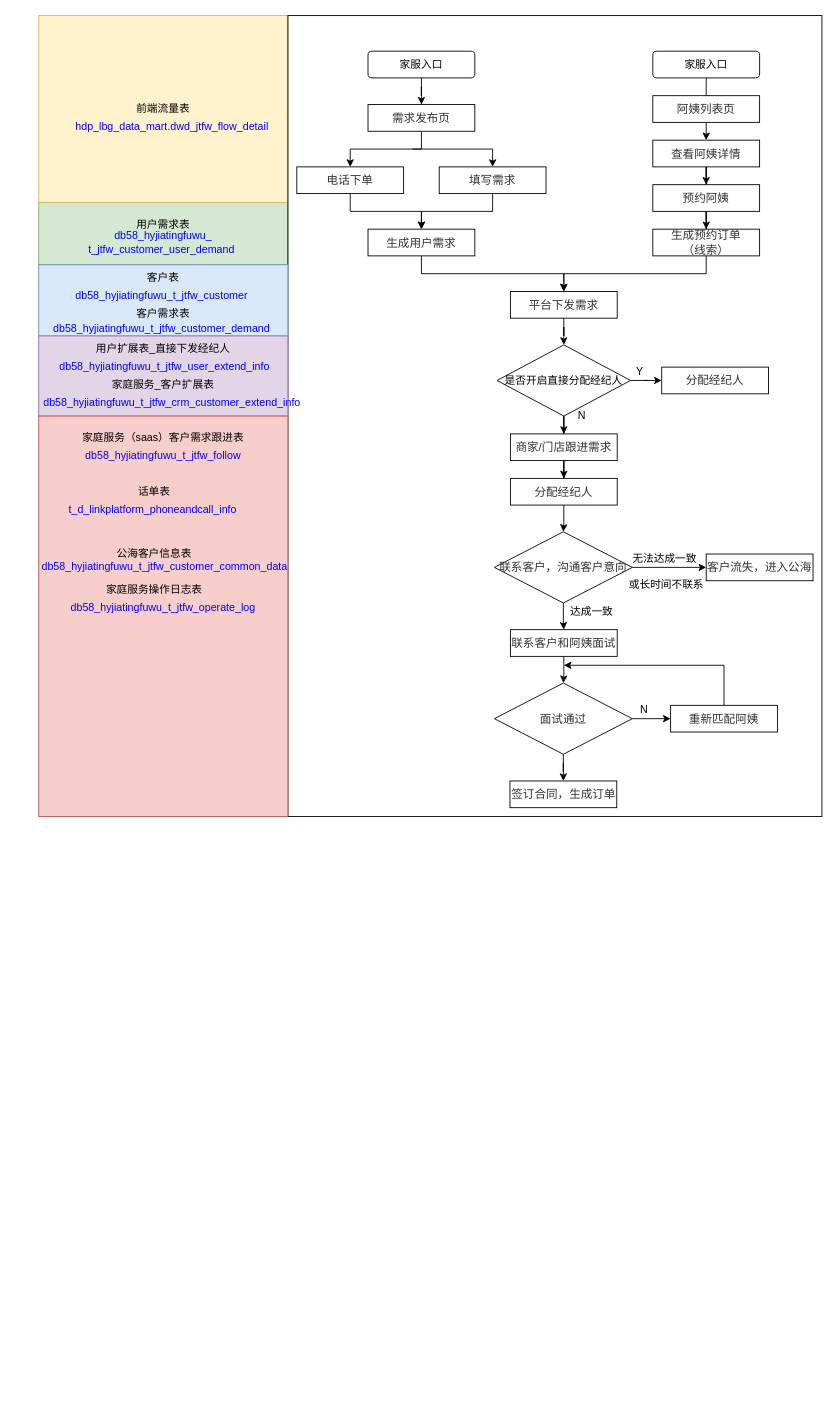
Before: page "交易侧" (2 of 3) of Untitled Diagram.drawio in Liu-hs/-, a draw.io diagram. Source tidied: cells renumbered, new cells numbered last; positions are measured from the earlier drawing's top-left corner, leaving out a move shared by most shapes. Both pictures are drawn from the tidied source at 89%, with x=0, y=0 at pixel (38, 15).
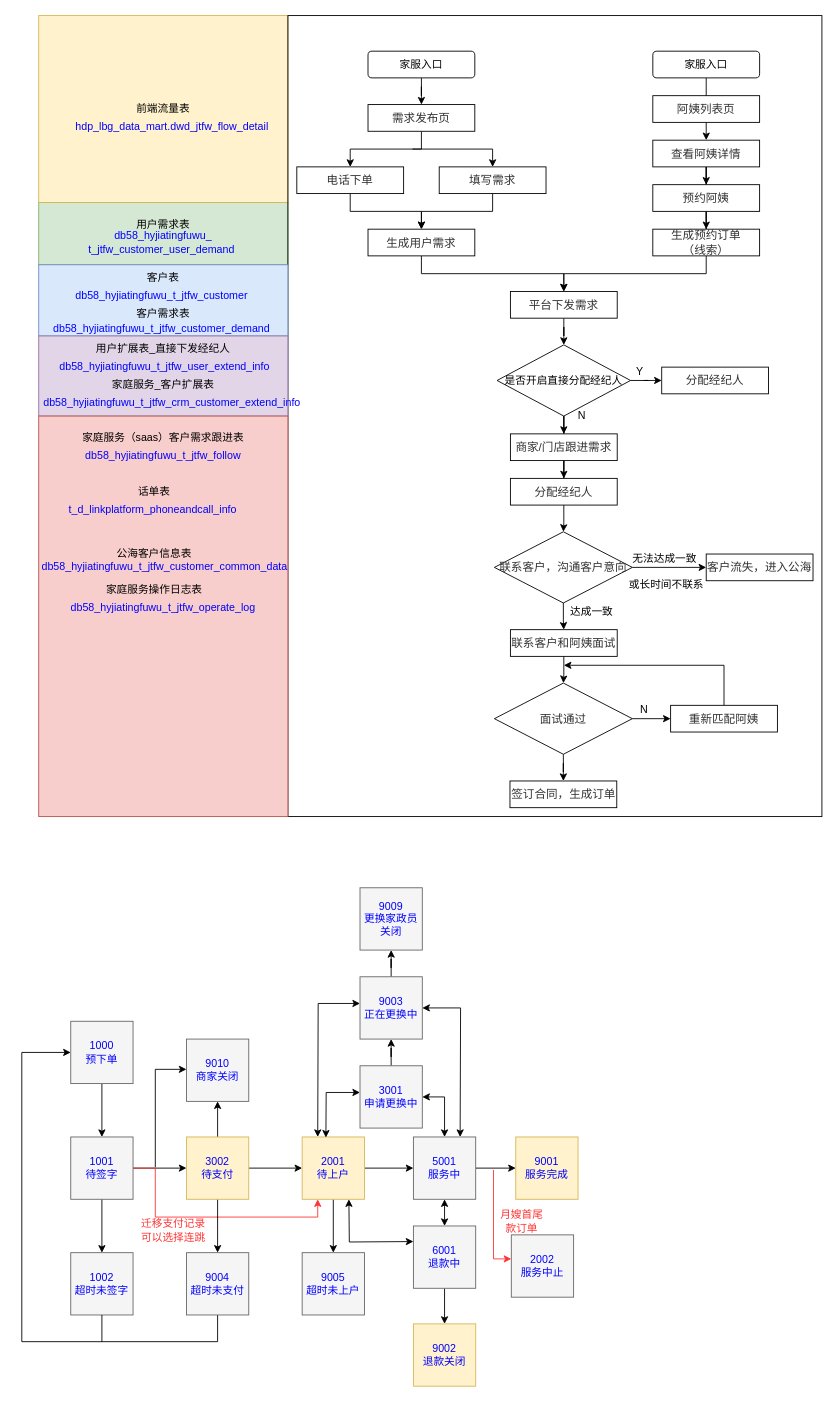
The same page after the edit.

What changed in the source:
```diff
@@
+    <mxCell id="81" style="edgeStyle=orthogonalEdgeStyle;rounded=0;jettySize=auto;html=1;fontFamily=Helvetica;fontSize=12;fontColor=#0000FF;" parent="1" edge="1" source="82" target="86">
+      <mxGeometry relative="1" as="geometry" />
+    </mxCell>
+    <mxCell id="82" value="&lt;font color=&quot;#0000ff&quot;&gt;1000&lt;br&gt;预下单&lt;/font&gt;" style="whiteSpace=wrap;html=1;labelBackgroundColor=none;fontFamily=Helvetica;fontSize=12;fontColor=#333333;strokeWidth=1;fillColor=#f5f5f5;strokeColor=#666666;" parent="1" vertex="1">
+      <mxGeometry x="36" y="1130" width="70" height="70" as="geometry" />
+    </mxCell>
+    <mxCell id="83" style="edgeStyle=orthogonalEdgeStyle;rounded=0;jettySize=auto;html=1;fontFamily=Helvetica;fontSize=12;fontColor=#0000FF;" parent="1" edge="1" source="86" target="87">
+      <mxGeometry relative="1" as="geometry" />
+    </mxCell>
+    <mxCell id="84" style="edgeStyle=orthogonalEdgeStyle;rounded=0;jettySize=auto;html=1;fontFamily=Helvetica;fontSize=12;fontColor=#0000FF;" parent="1" edge="1" source="86" target="91">
+      <mxGeometry relative="1" as="geometry" />
+    </mxCell>
+    <mxCell id="85" style="edgeStyle=orthogonalEdgeStyle;rounded=0;jettySize=auto;html=1;entryX=0.25;entryY=1;entryDx=0;entryDy=0;fontFamily=Helvetica;fontSize=12;fontColor=#0000FF;strokeColor=#FF3333;" parent="1" edge="1" source="86" target="99">
+      <mxGeometry relative="1" as="geometry">
+        <Array as="points">
+          <mxPoint x="131" y="1295" />
+          <mxPoint x="131" y="1350" />
+          <mxPoint x="314" y="1350" />
+        </Array>
+      </mxGeometry>
+    </mxCell>
+    <mxCell id="86" value="&lt;font color=&quot;#0000ff&quot;&gt;1001&lt;br&gt;待签字&lt;br&gt;&lt;/font&gt;" style="whiteSpace=wrap;html=1;labelBackgroundColor=none;fontFamily=Helvetica;fontSize=12;fontColor=#333333;strokeWidth=1;fillColor=#f5f5f5;strokeColor=#666666;" parent="1" vertex="1">
+      <mxGeometry x="36" y="1260" width="70" height="70" as="geometry" />
+    </mxCell>
+    <mxCell id="87" value="&lt;font color=&quot;#0000ff&quot;&gt;1002&lt;br&gt;超时未签字&lt;br&gt;&lt;/font&gt;" style="whiteSpace=wrap;html=1;labelBackgroundColor=none;fontFamily=Helvetica;fontSize=12;fontColor=#333333;strokeWidth=1;fillColor=#f5f5f5;strokeColor=#666666;" parent="1" vertex="1">
+      <mxGeometry x="36" y="1390" width="70" height="70" as="geometry" />
+    </mxCell>
+    <mxCell id="88" style="edgeStyle=orthogonalEdgeStyle;rounded=0;jettySize=auto;html=1;fontFamily=Helvetica;fontSize=12;fontColor=#0000FF;" parent="1" edge="1" source="91" target="92">
+      <mxGeometry relative="1" as="geometry" />
+    </mxCell>
+    <mxCell id="89" style="edgeStyle=orthogonalEdgeStyle;rounded=0;jettySize=auto;html=1;fontFamily=Helvetica;fontSize=12;fontColor=#0000FF;" parent="1" edge="1" source="91" target="95">
+      <mxGeometry relative="1" as="geometry" />
+    </mxCell>
+    <mxCell id="90" style="edgeStyle=orthogonalEdgeStyle;rounded=0;jettySize=auto;html=1;fontFamily=Helvetica;fontSize=12;fontColor=#0000FF;" parent="1" edge="1" source="91" target="99">
+      <mxGeometry relative="1" as="geometry" />
+    </mxCell>
+    <mxCell id="91" value="&lt;font color=&quot;#0000ff&quot;&gt;3002&lt;br&gt;待支付&lt;br&gt;&lt;/font&gt;" style="whiteSpace=wrap;html=1;labelBackgroundColor=none;fontFamily=Helvetica;fontSize=12;strokeWidth=1;fillColor=#fff2cc;strokeColor=#d6b656;" parent="1" vertex="1">
+      <mxGeometry x="166" y="1260" width="70" height="70" as="geometry" />
+    </mxCell>
+    <mxCell id="92" value="&lt;font color=&quot;#0000ff&quot;&gt;9010&lt;br&gt;商家关闭&lt;br&gt;&lt;/font&gt;" style="whiteSpace=wrap;html=1;labelBackgroundColor=none;fontFamily=Helvetica;fontSize=12;fontColor=#333333;strokeWidth=1;fillColor=#f5f5f5;strokeColor=#666666;" parent="1" vertex="1">
+      <mxGeometry x="166" y="1150" width="70" height="70" as="geometry" />
+    </mxCell>
+    <mxCell id="93" style="endArrow=classic;html=1;rounded=0;fontFamily=Helvetica;fontSize=12;fontColor=#0000FF;" parent="1" edge="1">
+      <mxGeometry relative="1" as="geometry">
+        <mxPoint x="131" y="1294" as="sourcePoint" />
+        <mxPoint x="166" y="1184" as="targetPoint" />
+        <Array as="points">
+          <mxPoint x="131" y="1184" />
+        </Array>
+      </mxGeometry>
+    </mxCell>
+    <mxCell id="94" style="edgeStyle=orthogonalEdgeStyle;rounded=0;jettySize=auto;html=1;entryX=0;entryY=0.5;entryDx=0;entryDy=0;fontFamily=Helvetica;fontSize=12;fontColor=#0000FF;" parent="1" edge="1" source="95" target="82">
+      <mxGeometry relative="1" as="geometry">
+        <Array as="points">
+          <mxPoint x="201" y="1490" />
+          <mxPoint x="-19" y="1490" />
+          <mxPoint x="-19" y="1165" />
+        </Array>
+      </mxGeometry>
+    </mxCell>
+    <mxCell id="95" value="&lt;font color=&quot;#0000ff&quot;&gt;9004&lt;br&gt;超时未支付&lt;br&gt;&lt;/font&gt;" style="whiteSpace=wrap;html=1;labelBackgroundColor=none;fontFamily=Helvetica;fontSize=12;fontColor=#333333;strokeWidth=1;fillColor=#f5f5f5;strokeColor=#666666;" parent="1" vertex="1">
+      <mxGeometry x="166" y="1390" width="70" height="70" as="geometry" />
+    </mxCell>
+    <mxCell id="96" style="endArrow=none;html=1;rounded=0;fontFamily=Helvetica;fontSize=12;fontColor=#0000FF;entryX=0.5;entryY=1;entryDx=0;entryDy=0;" parent="1" edge="1" target="87">
+      <mxGeometry relative="1" as="geometry">
+        <mxPoint x="71" y="1490" as="sourcePoint" />
+      </mxGeometry>
+    </mxCell>
+    <mxCell id="97" style="edgeStyle=orthogonalEdgeStyle;rounded=0;jettySize=auto;html=1;fontFamily=Helvetica;fontSize=12;fontColor=#FF3333;strokeColor=#000000;" parent="1" edge="1" source="99" target="101">
+      <mxGeometry relative="1" as="geometry" />
+    </mxCell>
+    <mxCell id="98" style="edgeStyle=orthogonalEdgeStyle;rounded=0;jettySize=auto;html=1;fontFamily=Helvetica;fontSize=12;fontColor=#FF3333;strokeColor=#000000;" parent="1" edge="1" source="99" target="103">
+      <mxGeometry relative="1" as="geometry" />
+    </mxCell>
+    <mxCell id="99" value="&lt;font color=&quot;#0000ff&quot;&gt;2001&lt;br&gt;待上户&lt;br&gt;&lt;/font&gt;" style="whiteSpace=wrap;html=1;labelBackgroundColor=none;fontFamily=Helvetica;fontSize=12;strokeWidth=1;fillColor=#fff2cc;strokeColor=#d6b656;" parent="1" vertex="1">
+      <mxGeometry x="296" y="1260" width="70" height="70" as="geometry" />
+    </mxCell>
+    <mxCell id="100" value="&lt;font color=&quot;#ff3333&quot;&gt;迁移支付记录&lt;br&gt;可以选择连跳&lt;/font&gt;" style="text;html=1;align=center;verticalAlign=middle;strokeColor=none;fillColor=none;fontSize=12;fontFamily=Helvetica;fontColor=#0000FF;" parent="1" vertex="1">
+      <mxGeometry x="106" y="1350" width="90" height="30" as="geometry" />
+    </mxCell>
+    <mxCell id="101" value="&lt;font color=&quot;#0000ff&quot;&gt;9005&lt;br&gt;超时未上户&lt;br&gt;&lt;/font&gt;" style="whiteSpace=wrap;html=1;labelBackgroundColor=none;fontFamily=Helvetica;fontSize=12;fontColor=#333333;strokeWidth=1;fillColor=#f5f5f5;strokeColor=#666666;" parent="1" vertex="1">
+      <mxGeometry x="296" y="1390" width="70" height="70" as="geometry" />
+    </mxCell>
+    <mxCell id="102" style="edgeStyle=orthogonalEdgeStyle;rounded=0;jettySize=auto;html=1;fontFamily=Helvetica;fontSize=12;fontColor=#FF3333;strokeColor=#000000;" parent="1" edge="1" source="103" target="104">
+      <mxGeometry relative="1" as="geometry" />
+    </mxCell>
+    <mxCell id="103" value="&lt;font color=&quot;#0000ff&quot;&gt;5001&lt;br&gt;服务中&lt;br&gt;&lt;/font&gt;" style="whiteSpace=wrap;html=1;labelBackgroundColor=none;fontFamily=Helvetica;fontSize=12;fontColor=#333333;strokeWidth=1;fillColor=#f5f5f5;strokeColor=#666666;" parent="1" vertex="1">
+      <mxGeometry x="421" y="1260" width="70" height="70" as="geometry" />
+    </mxCell>
+    <mxCell id="104" value="&lt;font color=&quot;#0000ff&quot;&gt;9001&lt;br&gt;服务完成&lt;br&gt;&lt;/font&gt;" style="whiteSpace=wrap;html=1;labelBackgroundColor=none;fontFamily=Helvetica;fontSize=12;strokeWidth=1;fillColor=#fff2cc;strokeColor=#d6b656;" parent="1" vertex="1">
+      <mxGeometry x="536" y="1260" width="70" height="70" as="geometry" />
+    </mxCell>
+    <mxCell id="105" style="edgeStyle=orthogonalEdgeStyle;rounded=0;jettySize=auto;html=1;fontFamily=Helvetica;fontSize=12;fontColor=#FF3333;strokeColor=#000000;" parent="1" edge="1" source="106" target="110">
+      <mxGeometry relative="1" as="geometry" />
+    </mxCell>
+    <mxCell id="106" value="&lt;font color=&quot;#0000ff&quot;&gt;3001&lt;br&gt;申请更换中&lt;br&gt;&lt;/font&gt;" style="whiteSpace=wrap;html=1;labelBackgroundColor=none;fontFamily=Helvetica;fontSize=12;fontColor=#333333;strokeWidth=1;fillColor=#f5f5f5;strokeColor=#666666;" parent="1" vertex="1">
+      <mxGeometry x="361" y="1180" width="70" height="70" as="geometry" />
+    </mxCell>
+    <mxCell id="107" style="endArrow=classic;startArrow=classic;html=1;rounded=0;fontFamily=Helvetica;fontSize=12;fontColor=#FF3333;strokeColor=#000000;exitX=0.381;exitY=0.01;exitDx=0;exitDy=0;exitPerimeter=0;" parent="1" edge="1" source="99">
+      <mxGeometry relative="1" as="geometry">
+        <mxPoint x="361" y="1210" as="targetPoint" />
+        <Array as="points">
+          <mxPoint x="323" y="1210" />
+        </Array>
+      </mxGeometry>
+    </mxCell>
+    <mxCell id="108" style="endArrow=classic;startArrow=classic;html=1;rounded=0;fontFamily=Helvetica;fontSize=12;fontColor=#FF3333;strokeColor=#000000;entryX=1;entryY=0.5;entryDx=0;entryDy=0;exitX=0.5;exitY=0;exitDx=0;exitDy=0;" parent="1" edge="1" source="103" target="106">
+      <mxGeometry relative="1" as="geometry">
+        <Array as="points">
+          <mxPoint x="456" y="1215" />
+        </Array>
+      </mxGeometry>
+    </mxCell>
+    <mxCell id="109" style="edgeStyle=orthogonalEdgeStyle;rounded=0;jettySize=auto;html=1;fontFamily=Helvetica;fontSize=12;fontColor=#FF3333;strokeColor=#000000;" parent="1" edge="1" source="110" target="113">
+      <mxGeometry relative="1" as="geometry" />
+    </mxCell>
+    <mxCell id="110" value="&lt;font color=&quot;#0000ff&quot;&gt;9003&lt;br&gt;正在更换中&lt;br&gt;&lt;/font&gt;" style="whiteSpace=wrap;html=1;labelBackgroundColor=none;fontFamily=Helvetica;fontSize=12;fontColor=#333333;strokeWidth=1;fillColor=#f5f5f5;strokeColor=#666666;" parent="1" vertex="1">
+      <mxGeometry x="361" y="1080" width="70" height="70" as="geometry" />
+    </mxCell>
+    <mxCell id="111" style="endArrow=classic;startArrow=classic;html=1;rounded=0;fontFamily=Helvetica;fontSize=12;fontColor=#FF3333;strokeColor=#000000;exitX=0.25;exitY=0;exitDx=0;exitDy=0;" parent="1" edge="1" source="99">
+      <mxGeometry relative="1" as="geometry">
+        <mxPoint x="361" y="1110" as="targetPoint" />
+        <Array as="points">
+          <mxPoint x="314" y="1110" />
+        </Array>
+      </mxGeometry>
+    </mxCell>
+    <mxCell id="112" style="endArrow=classic;startArrow=classic;html=1;rounded=0;fontFamily=Helvetica;fontSize=12;fontColor=#FF3333;strokeColor=#000000;exitX=1;exitY=0.5;exitDx=0;exitDy=0;entryX=0.75;entryY=0;entryDx=0;entryDy=0;" parent="1" edge="1" source="110" target="103">
+      <mxGeometry relative="1" as="geometry">
+        <Array as="points">
+          <mxPoint x="474" y="1115" />
+        </Array>
+      </mxGeometry>
+    </mxCell>
+    <mxCell id="113" value="&lt;font color=&quot;#0000ff&quot;&gt;9009&lt;br&gt;更换家政员关闭&lt;br&gt;&lt;/font&gt;" style="whiteSpace=wrap;html=1;labelBackgroundColor=none;fontFamily=Helvetica;fontSize=12;fontColor=#333333;strokeWidth=1;fillColor=#f5f5f5;strokeColor=#666666;" parent="1" vertex="1">
+      <mxGeometry x="361" y="980" width="70" height="70" as="geometry" />
+    </mxCell>
+    <mxCell id="114" style="edgeStyle=orthogonalEdgeStyle;rounded=0;jettySize=auto;html=1;fontFamily=Helvetica;fontSize=12;fontColor=#FF3333;strokeColor=#000000;" parent="1" edge="1" source="115" target="118">
+      <mxGeometry relative="1" as="geometry" />
+    </mxCell>
+    <mxCell id="115" value="&lt;font color=&quot;#0000ff&quot;&gt;6001&lt;br&gt;退款中&lt;br&gt;&lt;/font&gt;" style="whiteSpace=wrap;html=1;labelBackgroundColor=none;fontFamily=Helvetica;fontSize=12;fontColor=#333333;strokeWidth=1;fillColor=#f5f5f5;strokeColor=#666666;" parent="1" vertex="1">
+      <mxGeometry x="421" y="1360" width="70" height="70" as="geometry" />
+    </mxCell>
+    <mxCell id="116" style="endArrow=classic;startArrow=classic;html=1;rounded=0;fontFamily=Helvetica;fontSize=12;fontColor=#FF3333;strokeColor=#000000;entryX=0.5;entryY=1;entryDx=0;entryDy=0;" parent="1" edge="1" target="103">
+      <mxGeometry relative="1" as="geometry">
+        <mxPoint x="456" y="1360" as="sourcePoint" />
+      </mxGeometry>
+    </mxCell>
+    <mxCell id="117" style="endArrow=classic;startArrow=classic;html=1;rounded=0;fontFamily=Helvetica;fontSize=12;fontColor=#FF3333;strokeColor=#000000;entryX=0.75;entryY=1;entryDx=0;entryDy=0;exitX=0;exitY=0.25;exitDx=0;exitDy=0;" parent="1" edge="1" source="115" target="99">
+      <mxGeometry relative="1" as="geometry">
+        <Array as="points">
+          <mxPoint x="349" y="1378" />
+        </Array>
+      </mxGeometry>
+    </mxCell>
+    <mxCell id="118" value="&lt;font color=&quot;#0000ff&quot;&gt;9002&lt;br&gt;退款关闭&lt;br&gt;&lt;/font&gt;" style="whiteSpace=wrap;html=1;labelBackgroundColor=none;fontFamily=Helvetica;fontSize=12;strokeWidth=1;fillColor=#fff2cc;strokeColor=#d6b656;" parent="1" vertex="1">
+      <mxGeometry x="421" y="1470" width="70" height="70" as="geometry" />
+    </mxCell>
+    <mxCell id="119" value="&lt;font color=&quot;#0000ff&quot;&gt;2002&lt;br&gt;服务中止&lt;br&gt;&lt;/font&gt;" style="whiteSpace=wrap;html=1;labelBackgroundColor=none;fontFamily=Helvetica;fontSize=12;fontColor=#333333;strokeWidth=1;fillColor=#f5f5f5;strokeColor=#666666;" parent="1" vertex="1">
+      <mxGeometry x="531" y="1370" width="70" height="70" as="geometry" />
+    </mxCell>
+    <mxCell id="120" style="endArrow=classic;html=1;rounded=0;fontFamily=Helvetica;fontSize=12;fontColor=#FF3333;strokeColor=#FF3333;" parent="1" edge="1">
+      <mxGeometry relative="1" as="geometry">
+        <mxPoint x="511" y="1297" as="sourcePoint" />
+        <mxPoint x="531" y="1397" as="targetPoint" />
+        <Array as="points">
+          <mxPoint x="511" y="1397" />
+        </Array>
+      </mxGeometry>
+    </mxCell>
+    <mxCell id="121" value="月嫂首尾款订单" style="text;html=1;strokeColor=none;fillColor=none;align=center;verticalAlign=middle;whiteSpace=wrap;rounded=0;labelBackgroundColor=none;fontFamily=Helvetica;fontSize=12;fontColor=#FF3333;" parent="1" vertex="1">
+      <mxGeometry x="513" y="1340" width="60" height="30" as="geometry" />
+    </mxCell>
```
